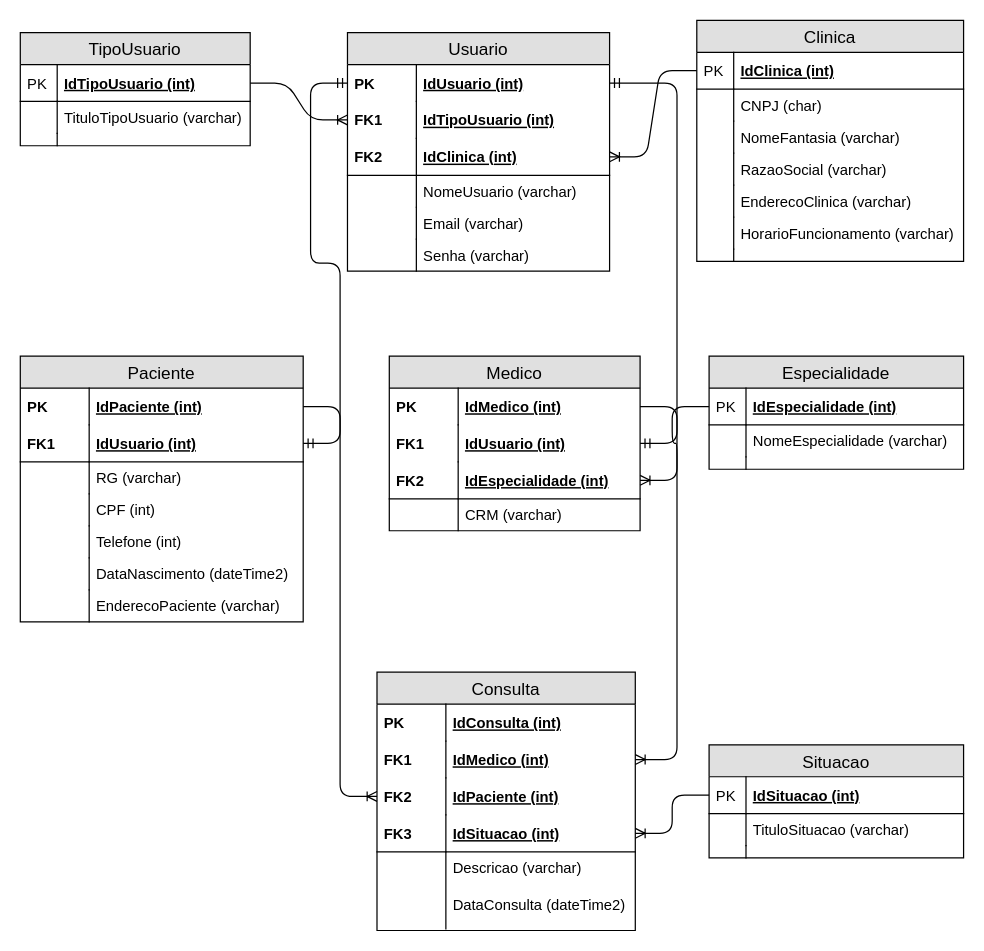
flavio-pires/senai_spmedgroup_sprint1_bd_manha_flavio_pires keeps this draw.io diagram as page "Logico" (2 of 2) of Modelagem/modelagem-spmedicalgroup.drawio. Above is the earlier version. Source tidied: cells renumbered, new cells numbered last; positions are measured from the earlier drawing's top-left corner, leaving out a move shared by most shapes. Both pictures are drawn from the tidied source at 123%, with x=0, y=0 at pixel (20, 20).
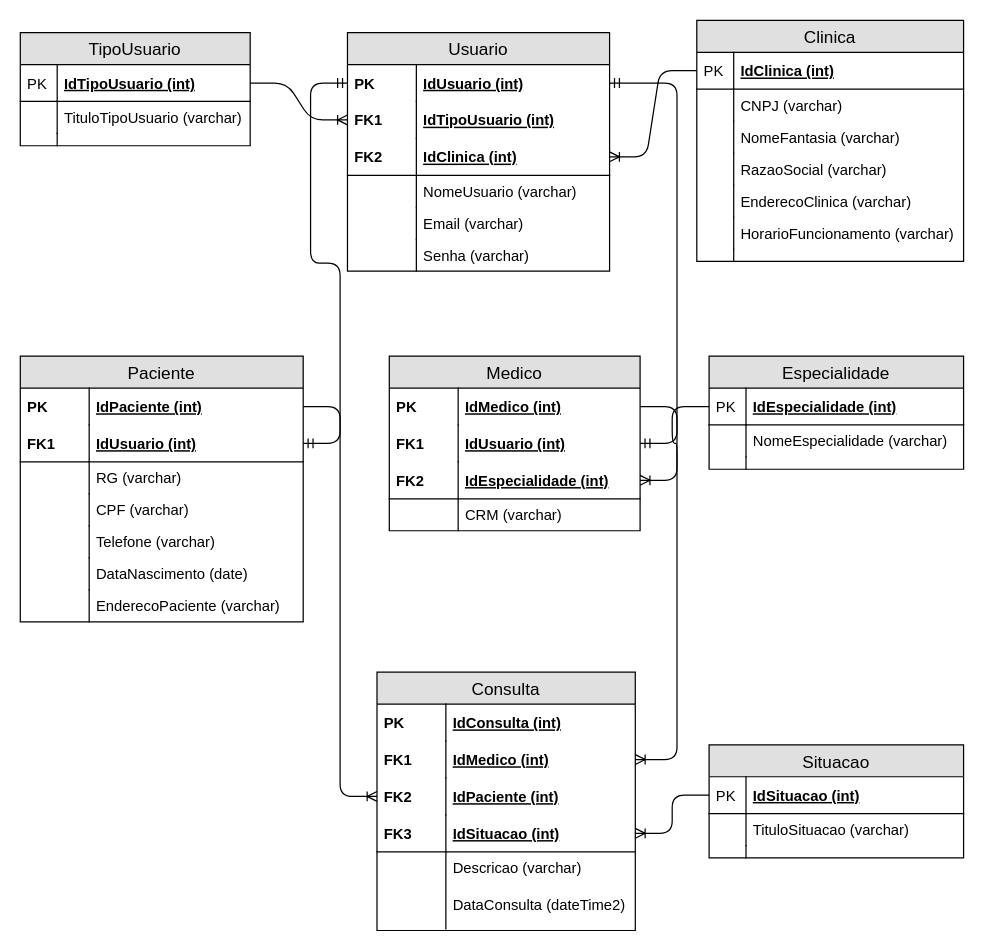
Above is the later version.

The change refers to these unchanged cells:
```xml
<mxCell id="16" value="Clinica" style="swimlane;fontStyle=0;horizontal=1;startSize=26;fillColor=#e0e0e0;swimlaneFillColor=#ffffff;align=center;fontSize=14;" parent="1" vertex="1">
  <mxGeometry x="550" width="216.9" height="196" as="geometry" />
</mxCell>
<mxCell id="66" value="Paciente" style="swimlane;fontStyle=0;horizontal=1;startSize=26;fillColor=#e0e0e0;swimlaneFillColor=#ffffff;align=center;fontSize=14;" parent="1" vertex="1">
  <mxGeometry y="273" width="230" height="216" as="geometry" />
</mxCell>
```

Change to the diagram source:
```diff
@@
-    <mxCell id="19" value="CNPJ (char)" style="shape=partialRectangle;top=0;left=0;right=0;bottom=0;align=left;verticalAlign=top;fillColor=none;spacingLeft=34;spacingRight=4;overflow=hidden;fontSize=12;" parent="16" vertex="1">
+    <mxCell id="19" value="CNPJ (varchar)" style="shape=partialRectangle;top=0;left=0;right=0;bottom=0;align=left;verticalAlign=top;fillColor=none;spacingLeft=34;spacingRight=4;overflow=hidden;fontSize=12;" parent="16" vertex="1">
       <mxGeometry y="56" width="216.9" height="26" as="geometry" />
     </mxCell>
@@
-    <mxCell id="73" value="CPF (int)" style="shape=partialRectangle;top=0;left=0;right=0;bottom=0;align=left;verticalAlign=top;fillColor=none;spacingLeft=60;spacingRight=4;overflow=hidden;fontSize=12;" parent="66" vertex="1">
+    <mxCell id="73" value="CPF (varchar)" style="shape=partialRectangle;top=0;left=0;right=0;bottom=0;align=left;verticalAlign=top;fillColor=none;spacingLeft=60;spacingRight=4;overflow=hidden;fontSize=12;" parent="66" vertex="1">
       <mxGeometry y="112" width="230" height="26" as="geometry" />
     </mxCell>
@@
-    <mxCell id="75" value="Telefone (int)" style="shape=partialRectangle;top=0;left=0;right=0;bottom=0;align=left;verticalAlign=top;fillColor=none;spacingLeft=60;spacingRight=4;overflow=hidden;fontSize=12;" parent="66" vertex="1">
+    <mxCell id="75" value="Telefone (varchar)" style="shape=partialRectangle;top=0;left=0;right=0;bottom=0;align=left;verticalAlign=top;fillColor=none;spacingLeft=60;spacingRight=4;overflow=hidden;fontSize=12;" parent="66" vertex="1">
       <mxGeometry y="138" width="230" height="26" as="geometry" />
     </mxCell>
@@
-    <mxCell id="77" value="DataNascimento (dateTime2)" style="shape=partialRectangle;top=0;left=0;right=0;bottom=0;align=left;verticalAlign=top;fillColor=none;spacingLeft=60;spacingRight=4;overflow=hidden;fontSize=12;" parent="66" vertex="1">
+    <mxCell id="77" value="DataNascimento (date)" style="shape=partialRectangle;top=0;left=0;right=0;bottom=0;align=left;verticalAlign=top;fillColor=none;spacingLeft=60;spacingRight=4;overflow=hidden;fontSize=12;" parent="66" vertex="1">
       <mxGeometry y="164" width="230" height="26" as="geometry" />
     </mxCell>
```
